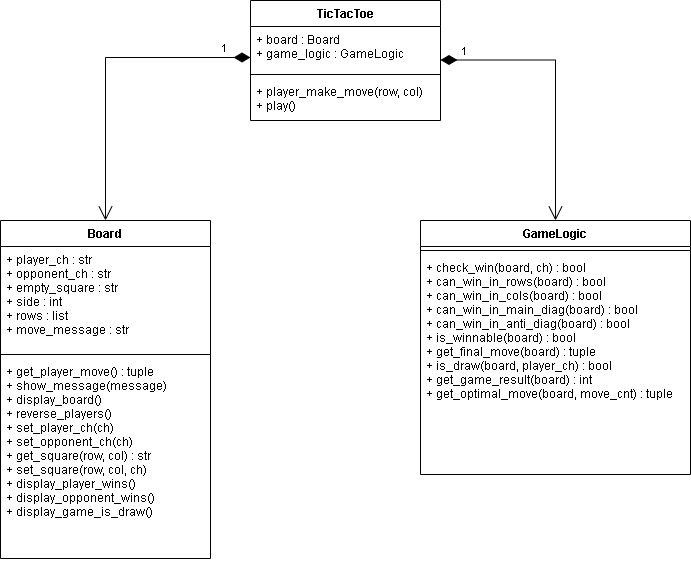
This is Doc/TicTacToe_Class_Diagram.png from dimitarnn/PythonTicTacToe, a draw.io export, as it was before one commit. Source tidied: cells renumbered, new cells last; positions are measured from the earlier drawing's top-left corner, leaving out a move shared by most shapes.
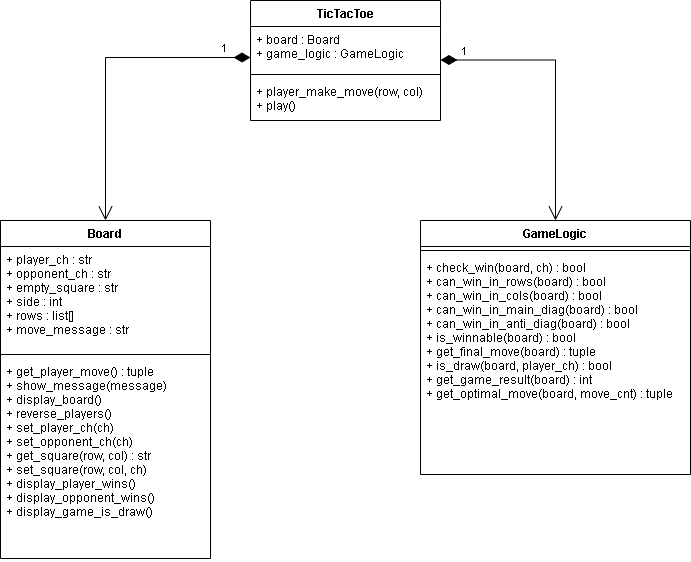
The same file after the commit.

The edit, as a diff of the source:
```diff
@@ -5,7 +5,7 @@
     <mxCell id="2" value="Board" style="swimlane;fontStyle=1;align=center;verticalAlign=top;horizontal=1;startSize=26;" parent="1" vertex="1">
       <mxGeometry y="220" width="210" height="338" as="geometry" />
     </mxCell>
-    <mxCell id="3" value="+ player_ch : str&#10;+ opponent_ch : str&#10;+ empty_square : str&#10;+ side : int&#10;+ rows : list&#10;+ move_message : str" style="text;strokeColor=none;fillColor=none;align=left;verticalAlign=top;spacingLeft=4;spacingRight=4;overflow=hidden;" parent="2" vertex="1">
+    <mxCell id="3" value="+ player_ch : str&#10;+ opponent_ch : str&#10;+ empty_square : str&#10;+ side : int&#10;+ rows : list[]&#10;+ move_message : str" style="text;strokeColor=none;fillColor=none;align=left;verticalAlign=top;spacingLeft=4;spacingRight=4;overflow=hidden;" parent="2" vertex="1">
       <mxGeometry y="26" width="210" height="104" as="geometry" />
     </mxCell>
     <mxCell id="4" style="line;strokeWidth=1;fillColor=none;align=left;verticalAlign=middle;spacingTop=-1;spacingLeft=3;spacingRight=3;labelPosition=right;" parent="2" vertex="1">
```
